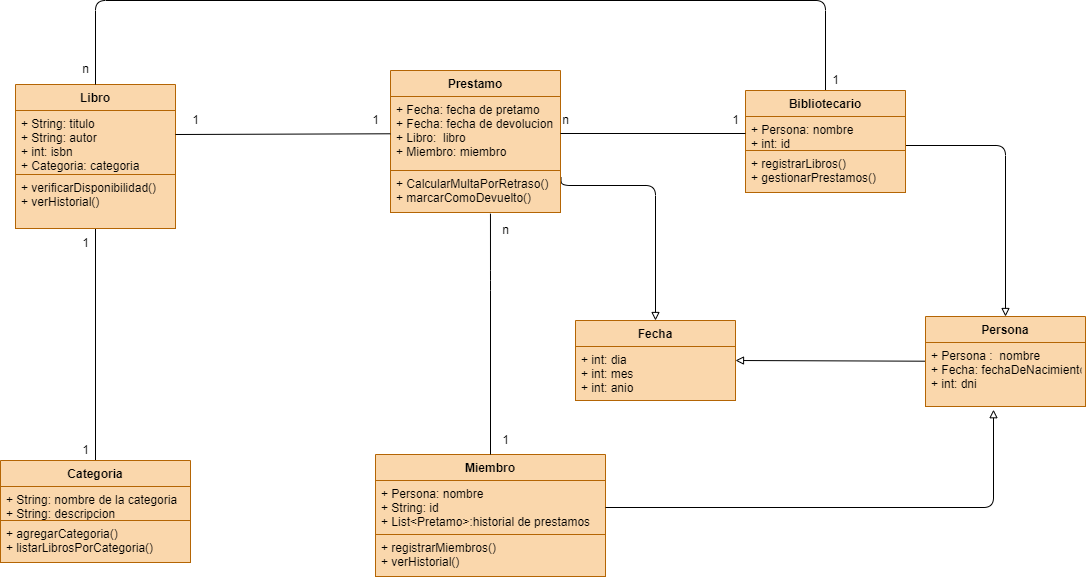
Before: Diagramas/Sistema_de_Bibliotecas_A.drawio.png, a diagram exported from draw.io (nexphernandez/Diagramas-de-Clase). Source tidied: cells renumbered, new cells last; positions are measured from the earlier drawing's top-left corner, leaving out a move shared by most shapes.
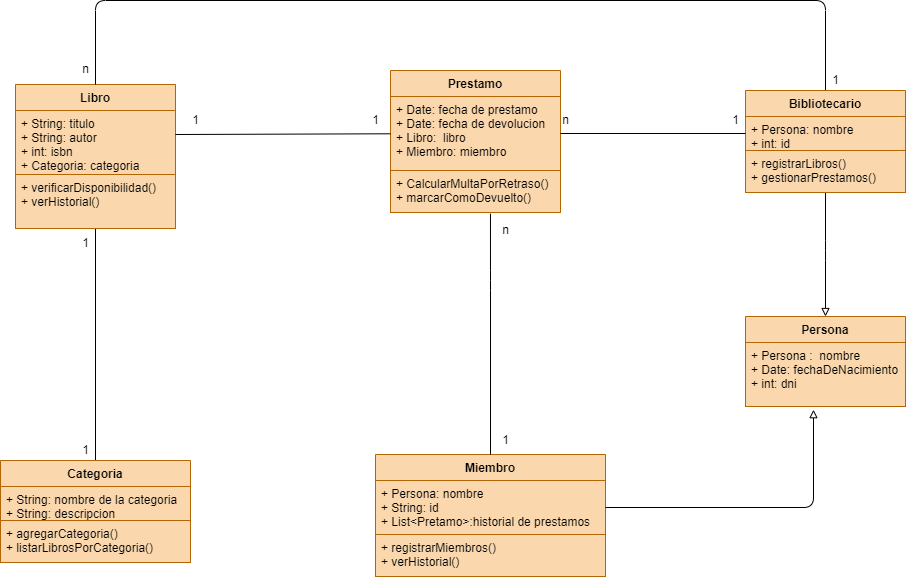
Above is the later version.

Change to the diagram source:
```diff
@@ -29,17 +29,10 @@
     <mxCell id="10" value="+ registrarMiembros()&#10;+ verHistorial()" style="text;fillColor=#fad7ac;align=left;verticalAlign=top;spacingLeft=4;spacingRight=4;overflow=hidden;strokeColor=#b46504;" parent="7" vertex="1">
       <mxGeometry y="80" width="230" height="42" as="geometry" />
     </mxCell>
-    <mxCell id="11" style="edgeStyle=orthogonalEdgeStyle;html=1;endArrow=block;endFill=0;exitX=1.003;exitY=0.16;exitDx=0;exitDy=0;exitPerimeter=0;entryX=0.5;entryY=0;entryDx=0;entryDy=0;" parent="1" edge="1" source="15" target="26">
-      <mxGeometry relative="1" as="geometry">
-        <Array as="points">
-          <mxPoint x="655" y="185" />
-        </Array>
-      </mxGeometry>
-    </mxCell>
     <mxCell id="12" value="Prestamo" style="swimlane;fontStyle=1;align=center;verticalAlign=top;horizontal=1;startSize=26;fillColor=#fad7ac;strokeColor=#b46504;" parent="1" vertex="1">
       <mxGeometry x="390" y="70" width="170" height="142" as="geometry" />
     </mxCell>
-    <mxCell id="13" value="+ Fecha: fecha de pretamo&#10;+ Fecha: fecha de devolucion&#10;+ Libro:  libro&#10;+ Miembro: miembro" style="text;strokeColor=#b46504;fillColor=#fad7ac;align=left;verticalAlign=top;spacingLeft=4;spacingRight=4;overflow=hidden;points=[[0,0.5],[1,0.5]];portConstraint=eastwest;" parent="12" vertex="1">
+    <mxCell id="13" value="+ Date: fecha de prestamo&#10;+ Date: fecha de devolucion&#10;+ Libro:  libro&#10;+ Miembro: miembro" style="text;strokeColor=#b46504;fillColor=#fad7ac;align=left;verticalAlign=top;spacingLeft=4;spacingRight=4;overflow=hidden;points=[[0,0.5],[1,0.5]];portConstraint=eastwest;" parent="12" vertex="1">
       <mxGeometry y="26" width="170" height="74" as="geometry" />
     </mxCell>
     <mxCell id="14" style="line;strokeWidth=1;fillColor=none;align=left;verticalAlign=middle;spacingTop=-1;spacingLeft=3;spacingRight=3;labelPosition=right;strokeColor=inherit;" parent="12" vertex="1">
@@ -51,7 +44,8 @@
     <mxCell id="16" style="edgeStyle=orthogonalEdgeStyle;html=1;entryX=0.5;entryY=0;entryDx=0;entryDy=0;endArrow=block;endFill=0;" parent="1" edge="1" source="18" target="30">
       <mxGeometry relative="1" as="geometry">
         <Array as="points">
-          <mxPoint x="1005" y="145" />
+          <mxPoint x="825" y="250" />
+          <mxPoint x="825" y="250" />
         </Array>
       </mxGeometry>
     </mxCell>
@@ -87,22 +81,10 @@
     <mxCell id="25" value="+ agregarCategoria()&#10;+ listarLibrosPorCategoria()" style="text;strokeColor=#b46504;fillColor=#fad7ac;align=left;verticalAlign=top;spacingLeft=4;spacingRight=4;overflow=hidden;" parent="22" vertex="1">
       <mxGeometry y="60" width="190" height="42" as="geometry" />
     </mxCell>
-    <mxCell id="26" value="Fecha" style="swimlane;fontStyle=1;align=center;verticalAlign=top;horizontal=1;startSize=26;fillColor=#fad7ac;strokeColor=#b46504;" parent="1" vertex="1">
-      <mxGeometry x="575" y="320" width="160" height="80" as="geometry" />
-    </mxCell>
-    <mxCell id="27" value="+ int: dia&#10;+ int: mes&#10;+ int: anio" style="text;fillColor=#fad7ac;align=left;verticalAlign=top;spacingLeft=4;spacingRight=4;overflow=hidden;strokeColor=#b46504;" parent="26" vertex="1">
-      <mxGeometry y="26" width="160" height="54" as="geometry" />
-    </mxCell>
-    <mxCell id="28" style="line;strokeWidth=1;fillColor=#fad7ac;align=left;verticalAlign=middle;spacingTop=-1;spacingLeft=3;spacingRight=3;labelPosition=right;strokeColor=#b46504;" parent="26" vertex="1">
-      <mxGeometry y="80" width="160" as="geometry" />
-    </mxCell>
-    <mxCell id="29" style="edgeStyle=none;html=1;entryX=1;entryY=0.5;entryDx=0;entryDy=0;endArrow=block;endFill=0;" parent="1" edge="1" source="30" target="26">
-      <mxGeometry relative="1" as="geometry" />
-    </mxCell>
     <mxCell id="30" value="Persona" style="swimlane;fontStyle=1;align=center;verticalAlign=top;horizontal=1;startSize=26;fillColor=#fad7ac;strokeColor=#b46504;" parent="1" vertex="1">
-      <mxGeometry x="925" y="316" width="160" height="90" as="geometry" />
+      <mxGeometry x="745" y="316" width="160" height="90" as="geometry" />
     </mxCell>
-    <mxCell id="31" value="+ Persona :  nombre&#10;+ Fecha: fechaDeNacimiento&#10;+ int: dni" style="text;fillColor=#fad7ac;align=left;verticalAlign=top;spacingLeft=4;spacingRight=4;overflow=hidden;points=[[0,0.5],[1,0.5]];portConstraint=eastwest;strokeColor=#b46504;" parent="30" vertex="1">
+    <mxCell id="31" value="+ Persona :  nombre&#10;+ Date: fechaDeNacimiento&#10;+ int: dni" style="text;fillColor=#fad7ac;align=left;verticalAlign=top;spacingLeft=4;spacingRight=4;overflow=hidden;points=[[0,0.5],[1,0.5]];portConstraint=eastwest;strokeColor=#b46504;" parent="30" vertex="1">
       <mxGeometry y="26" width="160" height="64" as="geometry" />
     </mxCell>
     <mxCell id="32" style="line;strokeWidth=1;fillColor=none;align=left;verticalAlign=middle;spacingTop=-1;spacingLeft=3;spacingRight=3;labelPosition=right;strokeColor=inherit;" parent="30" vertex="1">
@@ -131,7 +113,7 @@
     <mxCell id="38" style="edgeStyle=orthogonalEdgeStyle;html=1;entryX=0.425;entryY=1.05;entryDx=0;entryDy=0;entryPerimeter=0;endArrow=block;endFill=0;" parent="1" edge="1" source="8" target="31">
       <mxGeometry relative="1" as="geometry">
         <Array as="points">
-          <mxPoint x="993" y="507" />
+          <mxPoint x="813" y="507" />
         </Array>
       </mxGeometry>
     </mxCell>
```
